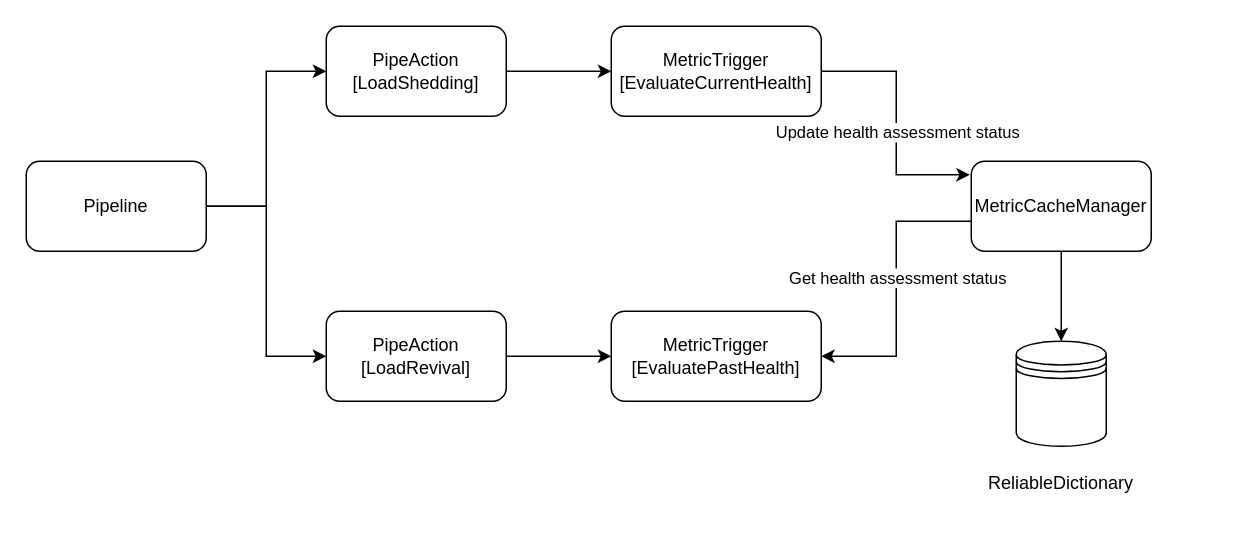
Before: health_assessment_flow.drawio in srinivas868/draw.io, a draw.io diagram. Source tidied: cells renumbered, new cells numbered last; positions are measured from the earlier drawing's top-left corner, leaving out a move shared by most shapes. Both pictures are drawn from the tidied source at 150%, with x=0, y=0 at pixel (26, 26).
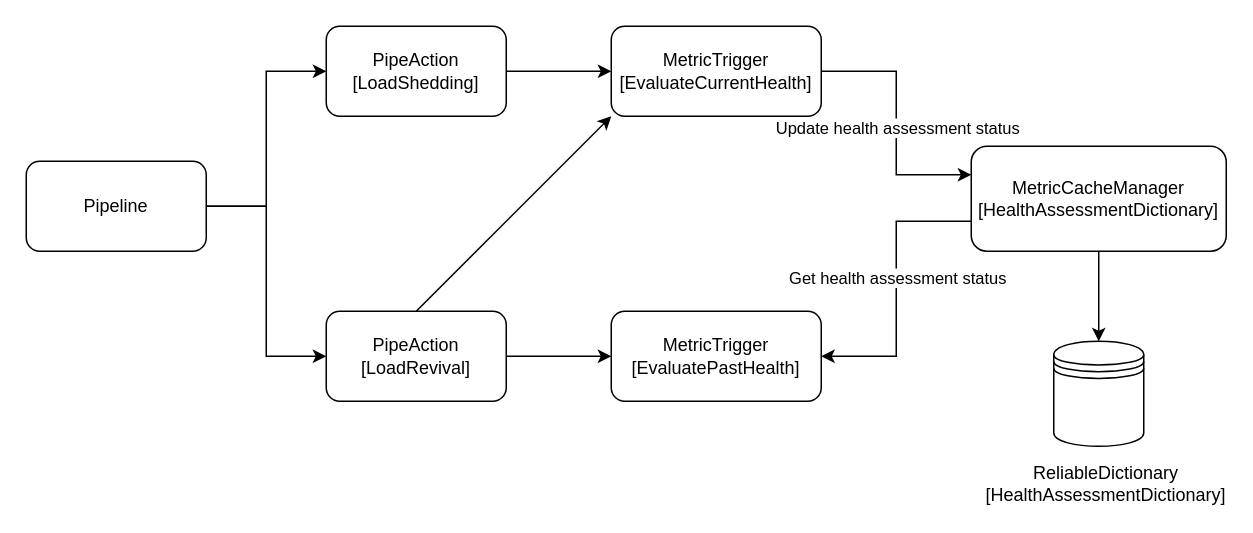
The same page after the edit.

The change refers to these unchanged cells:
```xml
<mxCell id="6" value="MetricTrigger [EvaluateCurrentHealth]" style="rounded=1;whiteSpace=wrap;html=1;" parent="1" vertex="1">
  <mxGeometry x="390" width="140" height="60" as="geometry" />
</mxCell>
<mxCell id="8" value="PipeAction [LoadRevival]" style="rounded=1;whiteSpace=wrap;html=1;" parent="1" vertex="1">
  <mxGeometry x="200" y="190" width="120" height="60" as="geometry" />
</mxCell>
```

Diff of the diagram source:
```diff
@@
-    <mxCell id="2" style="edgeStyle=orthogonalEdgeStyle;rounded=0;jettySize=auto;html=1;" parent="1" edge="1" source="5">
-      <mxGeometry relative="1" as="geometry">
-        <mxPoint x="690" y="210" as="targetPoint" />
-      </mxGeometry>
+    <mxCell id="2" style="edgeStyle=orthogonalEdgeStyle;rounded=0;jettySize=auto;html=1;entryX=0.5;entryY=0;entryDx=0;entryDy=0;" parent="1" edge="1" source="5" target="18">
+      <mxGeometry relative="1" as="geometry" />
     </mxCell>
@@
-    <mxCell id="5" value="MetricCacheManager" style="rounded=1;whiteSpace=wrap;html=1;" parent="1" vertex="1">
-      <mxGeometry x="630" y="90" width="120" height="60" as="geometry" />
+    <mxCell id="5" value="MetricCacheManager [HealthAssessmentDictionary]" style="rounded=1;whiteSpace=wrap;html=1;" parent="1" vertex="1">
+      <mxGeometry x="630" y="80" width="170" height="70" as="geometry" />
     </mxCell>
@@
+    <mxCell id="19" style="rounded=0;jettySize=auto;html=1;entryX=0;entryY=1;entryDx=0;entryDy=0;exitX=0.5;exitY=0;exitDx=0;exitDy=0;" parent="1" edge="1" source="8" target="6">
+      <mxGeometry relative="1" as="geometry" />
+    </mxCell>
@@
-    <mxCell id="9" value="ReliableDictionary" style="text;html=1;strokeColor=none;fillColor=none;align=center;verticalAlign=middle;whiteSpace=wrap;rounded=0;" parent="1" vertex="1">
-      <mxGeometry x="660" y="290" width="60" height="30" as="geometry" />
+    <mxCell id="9" value="ReliableDictionary [HealthAssessmentDictionary]" style="text;html=1;strokeColor=none;fillColor=none;align=center;verticalAlign=middle;whiteSpace=wrap;rounded=0;" parent="1" vertex="1">
+      <mxGeometry x="690" y="290" width="60" height="30" as="geometry" />
     </mxCell>
@@
-    <mxCell id="16" style="edgeStyle=orthogonalEdgeStyle;rounded=0;jettySize=auto;html=1;entryX=-0.008;entryY=0.15;entryDx=0;entryDy=0;entryPerimeter=0;" parent="1" edge="1" source="6" target="5">
-      <mxGeometry relative="1" as="geometry" />
+    <mxCell id="16" style="edgeStyle=orthogonalEdgeStyle;rounded=0;jettySize=auto;html=1;" parent="1" edge="1" source="6">
+      <mxGeometry relative="1" as="geometry">
+        <mxPoint x="630" y="99" as="targetPoint" />
+        <Array as="points">
+          <mxPoint x="580" y="30" />
+          <mxPoint x="580" y="99" />
+          <mxPoint x="630" y="99" />
+        </Array>
+      </mxGeometry>
     </mxCell>
     <mxCell id="17" value="Update health assessment status" style="edgeLabel;html=1;align=center;verticalAlign=middle;" parent="16" vertex="1">
       <mxGeometry x="-0.08" relative="1" as="geometry">
-        <mxPoint y="13" as="offset" />
+        <mxPoint y="9" as="offset" />
       </mxGeometry>
     </mxCell>
     <mxCell id="18" style="shape=datastore;whiteSpace=wrap;html=1;" parent="1" vertex="1">
-      <mxGeometry x="660" y="210" width="60" height="70" as="geometry" />
+      <mxGeometry x="685" y="210" width="60" height="70" as="geometry" />
     </mxCell>
```
